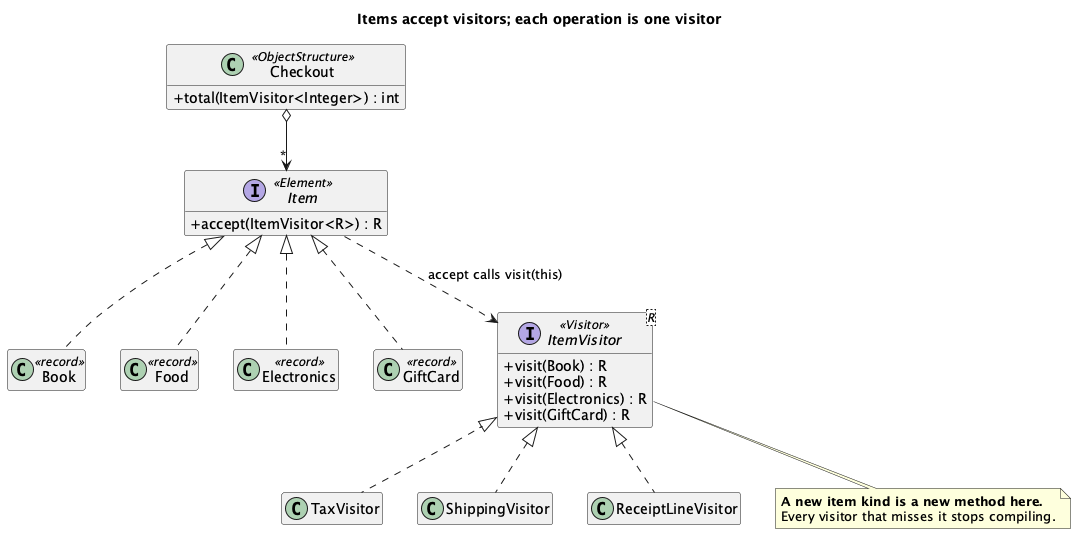
Above: src/main/java/dev/kaldiroglu/dp/behavioral/visitor/checkout/uml/Visitor - Checkout (Solution) - Class Diagram.png in kaldiroglu/DesignPatternsWithJava (PlantUML), before the change. Its source is kept beside it as src/main/java/dev/kaldiroglu/dp/behavioral/visitor/checkout/uml/Visitor - Checkout (Solution) - Class Diagram.puml. Source of this version:
```plantuml
@startuml "Visitor - Checkout (Solution) - Class Diagram"
skinparam classAttributeIconSize 0
hide empty members
title Items accept visitors; each operation is one visitor
interface Item <<Element>> {
  + accept(ItemVisitor<R>) : R
}
class Book <<record>>
class Food <<record>>
class Electronics <<record>>
class GiftCard <<record>>
interface "ItemVisitor<R>" as V <<Visitor>> {
  + visit(Book) : R
  + visit(Food) : R
  + visit(Electronics) : R
  + visit(GiftCard) : R
}
class TaxVisitor
class ShippingVisitor
class ReceiptLineVisitor
class Checkout <<ObjectStructure>> {
  + total(ItemVisitor<Integer>) : int
}
Item <|.. Book
Item <|.. Food
Item <|.. Electronics
Item <|.. GiftCard
V <|.. TaxVisitor
V <|.. ShippingVisitor
V <|.. ReceiptLineVisitor
Checkout o--> "*" Item
Item ..> V : accept calls visit(this)
note bottom of V
  <b>A new item kind is a new method here.</b>
  Every visitor that misses it stops compiling.
end note
@enduml
```
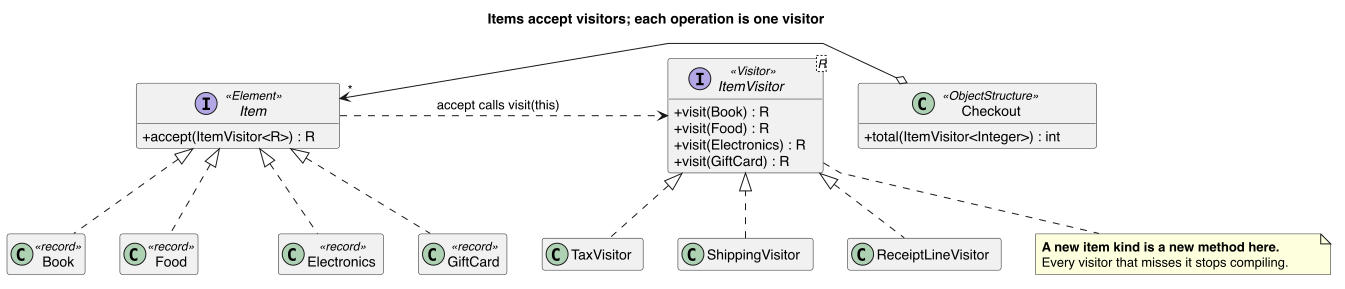
Later version of the same file.

What changed in the source:
```diff
@@ -1,4 +1,12 @@
 @startuml "Visitor - Checkout (Solution) - Class Diagram"
+skinparam linetype polyline
+skinparam class {
+  BackgroundColor<<spacer>> transparent
+  BorderColor<<spacer>> transparent
+  FontColor<<spacer>> transparent
+}
+hide <<spacer>> stereotype
+hide <<spacer>> circle
 skinparam classAttributeIconSize 0
 hide empty members
 title Items accept visitors; each operation is one visitor
@@ -28,10 +36,21 @@
 V <|.. TaxVisitor
 V <|.. ShippingVisitor
 V <|.. ReceiptLineVisitor
-Checkout o--> "*" Item
-Item ..> V : accept calls visit(this)
 note bottom of V
   <b>A new item kind is a new method here.</b>
   Every visitor that misses it stops compiling.
 end note
+class " " as Spacer1 <<spacer>>
+Item -[hidden]- Spacer1
+Item -[hidden]- Spacer1
+Book -[hidden]right- Food
+Food -[hidden]right- Spacer1
+Spacer1 -[hidden]right- Electronics
+Electronics -[hidden]right- GiftCard
+V -[hidden]- ShippingVisitor
+V -[hidden]- ShippingVisitor
+TaxVisitor -[hidden]right- ShippingVisitor
+ShippingVisitor -[hidden]right- ReceiptLineVisitor
+Checkout o-[norank]-> "*" Item
+Item .[norank].> V : accept calls visit(this)
 @enduml
```
